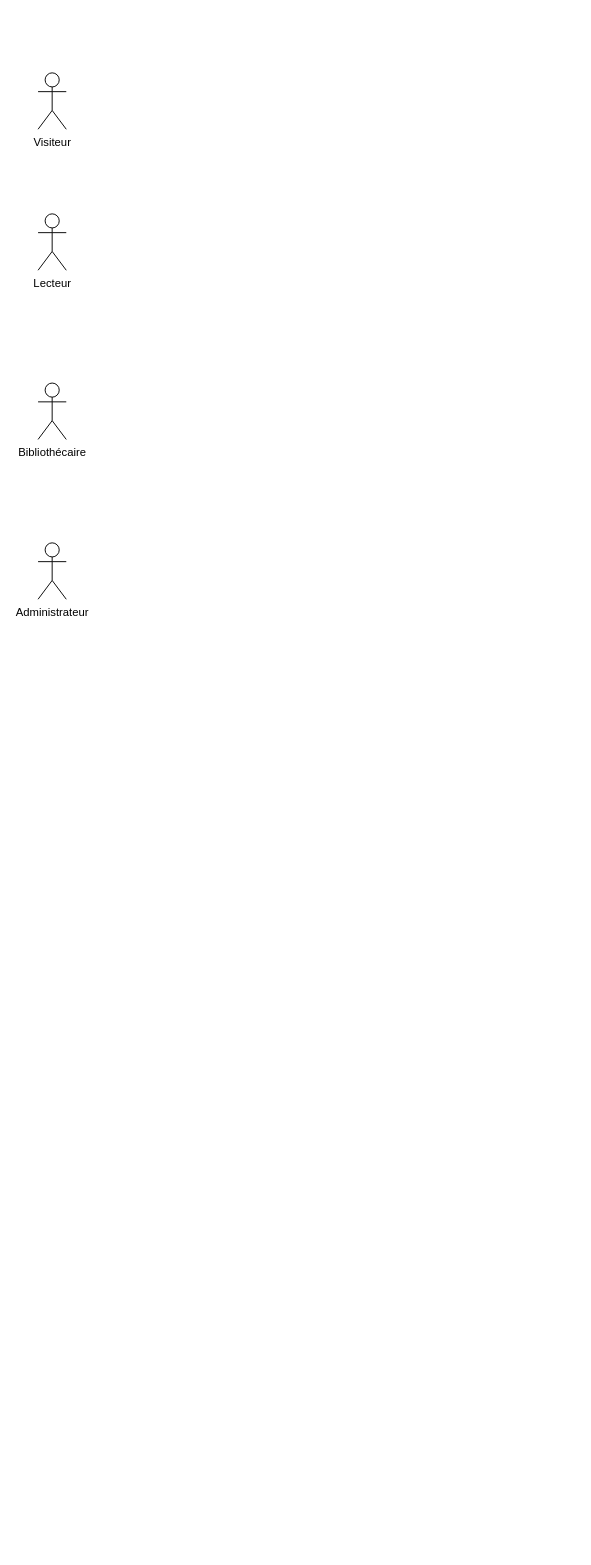
Earlier version of the draw.io diagram DiagrammeCasUtilisation.drawio (YanisP03/bookhub-eni). Source tidied: cells renumbered, new cells numbered last; positions are measured from the earlier drawing's top-left corner, leaving out a move shared by most shapes. Both pictures are drawn from the tidied source at 94%, with x=0, y=0 at pixel (38, 72).
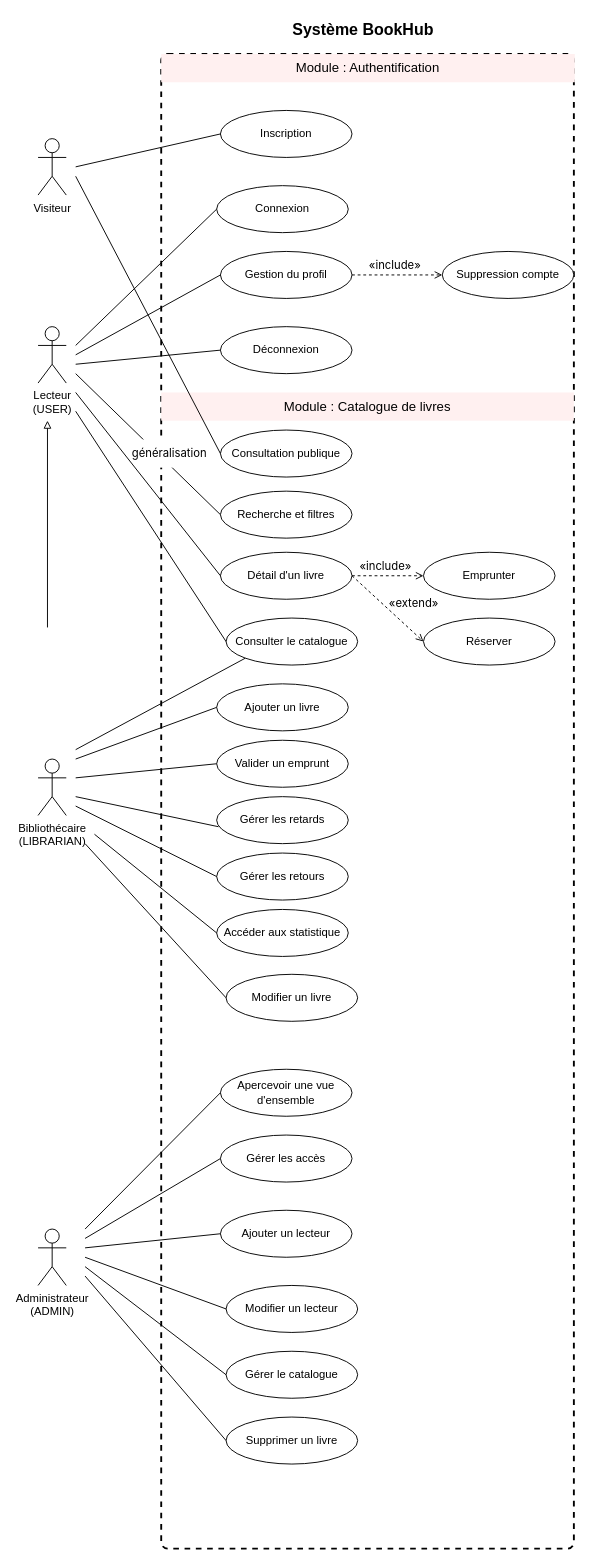
Above is the later version.

Commit message:
Mettre à jour DiagrammeCasUtilisation.drawio

What changed in the source:
```diff
@@
+    <mxCell id="6" style="rounded=1;whiteSpace=wrap;html=1;absoluteArcSize=1;arcSize=14;strokeWidth=2;fillColor=none;dashed=1;" parent="1" vertex="1">
+      <mxGeometry x="131" y="-20" width="439" height="1590" as="geometry" />
+    </mxCell>
     <mxCell id="2" value="Visiteur" style="shape=umlActor;verticalLabelPosition=bottom;verticalAlign=top;html=1;" parent="1" vertex="1">
-      <mxGeometry width="30" height="60" as="geometry" />
+      <mxGeometry y="70" width="30" height="60" as="geometry" />
     </mxCell>
-    <mxCell id="3" value="Lecteur" style="shape=umlActor;verticalLabelPosition=bottom;verticalAlign=top;html=1;" parent="1" vertex="1">
-      <mxGeometry y="150" width="30" height="60" as="geometry" />
+    <mxCell id="3" value="Lecteur&lt;div&gt;(USER)&lt;/div&gt;" style="shape=umlActor;verticalLabelPosition=bottom;verticalAlign=top;html=1;" parent="1" vertex="1">
+      <mxGeometry y="270" width="30" height="60" as="geometry" />
     </mxCell>
-    <mxCell id="4" value="Bibliothécaire" style="shape=umlActor;verticalLabelPosition=bottom;verticalAlign=top;html=1;" parent="1" vertex="1">
-      <mxGeometry y="330" width="30" height="60" as="geometry" />
+    <mxCell id="4" value="Bibliothécaire&lt;div&gt;(LIBRARIAN)&lt;/div&gt;" style="shape=umlActor;verticalLabelPosition=bottom;verticalAlign=top;html=1;" parent="1" vertex="1">
+      <mxGeometry y="730" width="30" height="60" as="geometry" />
     </mxCell>
-    <mxCell id="5" value="Administrateur" style="shape=umlActor;verticalLabelPosition=bottom;verticalAlign=top;html=1;" parent="1" vertex="1">
-      <mxGeometry y="500" width="30" height="60" as="geometry" />
+    <mxCell id="5" value="Administrateur&lt;div&gt;(ADMIN)&lt;/div&gt;" style="shape=umlActor;verticalLabelPosition=bottom;verticalAlign=top;html=1;" parent="1" vertex="1">
+      <mxGeometry y="1230" width="30" height="60" as="geometry" />
     </mxCell>
+    <mxCell id="7" value="Inscription" style="ellipse;whiteSpace=wrap;html=1;" parent="1" vertex="1">
+      <mxGeometry x="194" y="40" width="140" height="50" as="geometry" />
+    </mxCell>
+    <mxCell id="8" value="Consultation publique" style="ellipse;whiteSpace=wrap;html=1;" parent="1" vertex="1">
+      <mxGeometry x="194" y="380" width="140" height="50" as="geometry" />
+    </mxCell>
+    <mxCell id="9" value="Connexion" style="ellipse;whiteSpace=wrap;html=1;" parent="1" vertex="1">
+      <mxGeometry x="190" y="120" width="140" height="50" as="geometry" />
+    </mxCell>
+    <mxCell id="10" value="Gestion du profil" style="ellipse;whiteSpace=wrap;html=1;" parent="1" vertex="1">
+      <mxGeometry x="194" y="190" width="140" height="50" as="geometry" />
+    </mxCell>
+    <mxCell id="11" value="Déconnexion" style="ellipse;whiteSpace=wrap;html=1;" parent="1" vertex="1">
+      <mxGeometry x="194" y="270" width="140" height="50" as="geometry" />
+    </mxCell>
+    <mxCell id="12" value="Suppression compte" style="ellipse;whiteSpace=wrap;html=1;" parent="1" vertex="1">
+      <mxGeometry x="430" y="190" width="140" height="50" as="geometry" />
+    </mxCell>
+    <mxCell id="13" value="Système BookHub" style="text;strokeColor=none;fillColor=none;align=center;verticalAlign=middle;spacingLeft=4;spacingRight=4;overflow=hidden;whiteSpace=wrap;html=1;fontStyle=1;fontSize=17;" parent="1" vertex="1">
+      <mxGeometry x="256" y="-60" width="180" height="30" as="geometry" />
+    </mxCell>
+    <mxCell id="14" value="&lt;span style=&quot;font-weight: 400; text-align: start; white-space: nowrap;&quot;&gt;&lt;font face=&quot;Helvetica&quot; style=&quot;font-size: 14px;&quot;&gt;Module : Authentification&lt;/font&gt;&lt;/span&gt;" style="text;strokeColor=none;fillColor=light-dark(#fff0f0, #ededed);align=center;verticalAlign=middle;spacingLeft=4;spacingRight=4;overflow=hidden;whiteSpace=wrap;html=1;fontStyle=1;fontSize=17;labelBackgroundColor=none;" parent="1" vertex="1">
+      <mxGeometry x="131" y="-20" width="440" height="30" as="geometry" />
+    </mxCell>
+    <mxCell id="15" value="Consulter le catalogue" style="ellipse;whiteSpace=wrap;html=1;" parent="1" vertex="1">
+      <mxGeometry x="200" y="580" width="140" height="50" as="geometry" />
+    </mxCell>
+    <mxCell id="16" value="Détail d'un livre" style="ellipse;whiteSpace=wrap;html=1;" parent="1" vertex="1">
+      <mxGeometry x="194" y="510" width="140" height="50" as="geometry" />
+    </mxCell>
+    <mxCell id="17" value="Emprunter" style="ellipse;whiteSpace=wrap;html=1;" parent="1" vertex="1">
+      <mxGeometry x="410" y="510" width="140" height="50" as="geometry" />
+    </mxCell>
+    <mxCell id="18" value="Réserver" style="ellipse;whiteSpace=wrap;html=1;" parent="1" vertex="1">
+      <mxGeometry x="410" y="580" width="140" height="50" as="geometry" />
+    </mxCell>
+    <mxCell id="19" value="Recherche et filtres" style="ellipse;whiteSpace=wrap;html=1;" parent="1" vertex="1">
+      <mxGeometry x="194" y="445" width="140" height="50" as="geometry" />
+    </mxCell>
+    <mxCell id="20" value="Ajouter un livre" style="ellipse;whiteSpace=wrap;html=1;" parent="1" vertex="1">
+      <mxGeometry x="190" y="650" width="140" height="50" as="geometry" />
+    </mxCell>
+    <mxCell id="21" value="Modifier un livre" style="ellipse;whiteSpace=wrap;html=1;" parent="1" vertex="1">
+      <mxGeometry x="200" y="959" width="140" height="50" as="geometry" />
+    </mxCell>
+    <mxCell id="22" value="Supprimer un livre" style="ellipse;whiteSpace=wrap;html=1;" parent="1" vertex="1">
+      <mxGeometry x="200" y="1430" width="140" height="50" as="geometry" />
+    </mxCell>
+    <mxCell id="23" value="&lt;span style=&quot;font-weight: 400; text-align: start; white-space: nowrap;&quot;&gt;&lt;font face=&quot;Helvetica&quot; style=&quot;font-size: 14px;&quot;&gt;Module : Catalogue de livres&lt;/font&gt;&lt;/span&gt;" style="text;strokeColor=none;fillColor=light-dark(#fff0f0, #ededed);align=center;verticalAlign=middle;spacingLeft=4;spacingRight=4;overflow=hidden;whiteSpace=wrap;html=1;fontStyle=1;fontSize=17;labelBackgroundColor=none;" parent="1" vertex="1">
+      <mxGeometry x="131" y="340" width="439" height="30" as="geometry" />
+    </mxCell>
+    <mxCell id="24" style="endArrow=none;html=1;rounded=0;entryX=0;entryY=0.5;entryDx=0;entryDy=0;" parent="1" edge="1" target="7">
+      <mxGeometry relative="1" as="geometry">
+        <mxPoint x="40" y="100" as="sourcePoint" />
+      </mxGeometry>
+    </mxCell>
+    <mxCell id="25" style="endArrow=none;html=1;rounded=0;entryX=0;entryY=0.5;entryDx=0;entryDy=0;" parent="1" edge="1" target="8">
+      <mxGeometry relative="1" as="geometry">
+        <mxPoint x="40" y="110" as="sourcePoint" />
+      </mxGeometry>
+    </mxCell>
+    <mxCell id="26" style="endArrow=none;html=1;rounded=0;entryX=0;entryY=0.5;entryDx=0;entryDy=0;" parent="1" edge="1" target="9">
+      <mxGeometry relative="1" as="geometry">
+        <mxPoint x="40" y="290" as="sourcePoint" />
+      </mxGeometry>
+    </mxCell>
+    <mxCell id="27" style="endArrow=none;html=1;rounded=0;entryX=0;entryY=0.5;entryDx=0;entryDy=0;" parent="1" edge="1" target="10">
+      <mxGeometry relative="1" as="geometry">
+        <mxPoint x="40" y="300" as="sourcePoint" />
+      </mxGeometry>
+    </mxCell>
+    <mxCell id="28" style="endArrow=none;html=1;rounded=0;entryX=0;entryY=0.5;entryDx=0;entryDy=0;" parent="1" edge="1" target="11">
+      <mxGeometry relative="1" as="geometry">
+        <mxPoint x="40" y="310" as="sourcePoint" />
+      </mxGeometry>
+    </mxCell>
+    <mxCell id="29" style="endArrow=open;html=1;rounded=0;entryX=0;entryY=0.5;entryDx=0;entryDy=0;exitX=1;exitY=0.5;exitDx=0;exitDy=0;dashed=1;endFill=0;" parent="1" edge="1" source="10" target="12">
+      <mxGeometry relative="1" as="geometry" />
+    </mxCell>
+    <mxCell id="30" value="&lt;span style=&quot;font-family: &amp;quot;Anthropic Sans&amp;quot;, -apple-system, BlinkMacSystemFont, &amp;quot;Segoe UI&amp;quot;, sans-serif; text-align: start; white-space: nowrap;&quot;&gt;«include»&lt;/span&gt;" style="text;html=1;whiteSpace=wrap;strokeColor=none;fillColor=none;align=center;verticalAlign=middle;rounded=0;" parent="1" vertex="1">
+      <mxGeometry x="350" y="190" width="60" height="30" as="geometry" />
+    </mxCell>
+    <mxCell id="31" style="endArrow=none;html=1;rounded=0;entryX=0;entryY=0.5;entryDx=0;entryDy=0;" parent="1" edge="1" target="19">
+      <mxGeometry relative="1" as="geometry">
+        <mxPoint x="40" y="320" as="sourcePoint" />
+      </mxGeometry>
+    </mxCell>
+    <mxCell id="32" style="endArrow=none;html=1;rounded=0;entryX=0;entryY=0.5;entryDx=0;entryDy=0;" parent="1" edge="1" target="16">
+      <mxGeometry relative="1" as="geometry">
+        <mxPoint x="40" y="340" as="sourcePoint" />
+      </mxGeometry>
+    </mxCell>
+    <mxCell id="33" style="endArrow=none;html=1;rounded=0;entryX=0;entryY=0.5;entryDx=0;entryDy=0;" parent="1" edge="1" target="15">
+      <mxGeometry relative="1" as="geometry">
+        <mxPoint x="40" y="360" as="sourcePoint" />
+      </mxGeometry>
+    </mxCell>
+    <mxCell id="34" style="endArrow=open;html=1;rounded=0;entryX=0;entryY=0.5;entryDx=0;entryDy=0;exitX=1;exitY=0.5;exitDx=0;exitDy=0;dashed=1;endFill=0;" parent="1" edge="1" source="16" target="17">
+      <mxGeometry relative="1" as="geometry" />
+    </mxCell>
+    <mxCell id="35" style="endArrow=open;html=1;rounded=0;entryX=0;entryY=0.5;entryDx=0;entryDy=0;dashed=1;endFill=0;exitX=1;exitY=0.5;exitDx=0;exitDy=0;" parent="1" edge="1" source="16" target="18">
+      <mxGeometry relative="1" as="geometry" />
+    </mxCell>
+    <mxCell id="36" value="&lt;span style=&quot;font-family: &amp;quot;Anthropic Sans&amp;quot;, -apple-system, BlinkMacSystemFont, &amp;quot;Segoe UI&amp;quot;, sans-serif; text-align: start; white-space: nowrap;&quot;&gt;«include»&lt;/span&gt;" style="text;html=1;whiteSpace=wrap;strokeColor=none;fillColor=none;align=center;verticalAlign=middle;rounded=0;" parent="1" vertex="1">
+      <mxGeometry x="340" y="510" width="60" height="30" as="geometry" />
+    </mxCell>
+    <mxCell id="37" value="&lt;span style=&quot;font-family: &amp;quot;Anthropic Sans&amp;quot;, -apple-system, BlinkMacSystemFont, &amp;quot;Segoe UI&amp;quot;, sans-serif; text-align: start; white-space: nowrap;&quot;&gt;«extend»&lt;/span&gt;" style="text;html=1;whiteSpace=wrap;strokeColor=none;fillColor=none;align=center;verticalAlign=middle;rounded=0;rotation=0;" parent="1" vertex="1">
+      <mxGeometry x="370" y="550" width="60" height="30" as="geometry" />
+    </mxCell>
+    <mxCell id="38" style="endArrow=none;html=1;rounded=0;entryX=0;entryY=1;entryDx=0;entryDy=0;" parent="1" edge="1" target="15">
+      <mxGeometry relative="1" as="geometry">
+        <mxPoint x="40" y="720" as="sourcePoint" />
+      </mxGeometry>
+    </mxCell>
+    <mxCell id="39" style="endArrow=none;html=1;rounded=0;entryX=0;entryY=0.5;entryDx=0;entryDy=0;" parent="1" edge="1" target="20">
+      <mxGeometry relative="1" as="geometry">
+        <mxPoint x="40" y="730" as="sourcePoint" />
+      </mxGeometry>
+    </mxCell>
+    <mxCell id="40" style="endArrow=none;html=1;rounded=0;entryX=0;entryY=0.5;entryDx=0;entryDy=0;" parent="1" edge="1" target="21">
+      <mxGeometry relative="1" as="geometry">
+        <mxPoint x="50" y="820" as="sourcePoint" />
+      </mxGeometry>
+    </mxCell>
+    <mxCell id="41" style="endArrow=block;html=1;rounded=0;endFill=0;" parent="1" edge="1">
+      <mxGeometry relative="1" as="geometry">
+        <mxPoint x="10" y="590" as="sourcePoint" />
+        <mxPoint x="10" y="370" as="targetPoint" />
+      </mxGeometry>
+    </mxCell>
+    <mxCell id="42" style="endArrow=none;html=1;rounded=0;entryX=0;entryY=0.5;entryDx=0;entryDy=0;" parent="1" edge="1" target="22">
+      <mxGeometry relative="1" as="geometry">
+        <mxPoint x="50" y="1280" as="sourcePoint" />
+      </mxGeometry>
+    </mxCell>
+    <mxCell id="43" value="&lt;span style=&quot;font-family: &amp;quot;Anthropic Sans&amp;quot;, -apple-system, BlinkMacSystemFont, &amp;quot;Segoe UI&amp;quot;, sans-serif; text-align: start; white-space: nowrap;&quot;&gt;généralisation&lt;/span&gt;" style="text;html=1;whiteSpace=wrap;align=center;verticalAlign=middle;rounded=0;fillColor=default;" parent="1" vertex="1">
+      <mxGeometry x="110" y="390" width="60" height="30" as="geometry" />
+    </mxCell>
+    <mxCell id="44" value="Valider un emprunt" style="ellipse;whiteSpace=wrap;html=1;" parent="1" vertex="1">
+      <mxGeometry x="190" y="710" width="140" height="50" as="geometry" />
+    </mxCell>
+    <mxCell id="45" value="Gérer les retards" style="ellipse;whiteSpace=wrap;html=1;" parent="1" vertex="1">
+      <mxGeometry x="190" y="770" width="140" height="50" as="geometry" />
+    </mxCell>
+    <mxCell id="46" value="Gérer les retours" style="ellipse;whiteSpace=wrap;html=1;" parent="1" vertex="1">
+      <mxGeometry x="190" y="830" width="140" height="50" as="geometry" />
+    </mxCell>
+    <mxCell id="47" value="Accéder aux statistique" style="ellipse;whiteSpace=wrap;html=1;" parent="1" vertex="1">
+      <mxGeometry x="190" y="890" width="140" height="50" as="geometry" />
+    </mxCell>
+    <mxCell id="48" style="endArrow=none;html=1;rounded=0;entryX=0;entryY=0.5;entryDx=0;entryDy=0;" parent="1" edge="1" target="47">
+      <mxGeometry relative="1" as="geometry">
+        <mxPoint x="60" y="810" as="sourcePoint" />
+      </mxGeometry>
+    </mxCell>
+    <mxCell id="49" style="endArrow=none;html=1;rounded=0;entryX=0;entryY=0.5;entryDx=0;entryDy=0;" parent="1" edge="1" target="46">
+      <mxGeometry relative="1" as="geometry">
+        <mxPoint x="40" y="780" as="sourcePoint" />
+      </mxGeometry>
+    </mxCell>
+    <mxCell id="50" style="endArrow=none;html=1;rounded=0;entryX=0.014;entryY=0.64;entryDx=0;entryDy=0;entryPerimeter=0;" parent="1" edge="1" target="45">
+      <mxGeometry relative="1" as="geometry">
+        <mxPoint x="40" y="770" as="sourcePoint" />
+      </mxGeometry>
+    </mxCell>
+    <mxCell id="51" style="endArrow=none;html=1;rounded=0;entryX=0;entryY=0.5;entryDx=0;entryDy=0;" parent="1" edge="1" target="44">
+      <mxGeometry relative="1" as="geometry">
+        <mxPoint x="40" y="750" as="sourcePoint" />
+      </mxGeometry>
+    </mxCell>
+    <mxCell id="52" value="Apercevoir une vue d'ensemble" style="ellipse;whiteSpace=wrap;html=1;" parent="1" vertex="1">
+      <mxGeometry x="194" y="1060" width="140" height="50" as="geometry" />
+    </mxCell>
+    <mxCell id="53" value="Gérer les accès" style="ellipse;whiteSpace=wrap;html=1;" parent="1" vertex="1">
+      <mxGeometry x="194" y="1130" width="140" height="50" as="geometry" />
+    </mxCell>
+    <mxCell id="54" value="Ajouter un lecteur" style="ellipse;whiteSpace=wrap;html=1;" parent="1" vertex="1">
+      <mxGeometry x="194" y="1210" width="140" height="50" as="geometry" />
+    </mxCell>
+    <mxCell id="55" value="Modifier un lecteur" style="ellipse;whiteSpace=wrap;html=1;" parent="1" vertex="1">
+      <mxGeometry x="200" y="1290" width="140" height="50" as="geometry" />
+    </mxCell>
+    <mxCell id="56" value="Gérer le catalogue" style="ellipse;whiteSpace=wrap;html=1;" parent="1" vertex="1">
+      <mxGeometry x="200" y="1360" width="140" height="50" as="geometry" />
+    </mxCell>
+    <mxCell id="57" style="endArrow=none;html=1;rounded=0;entryX=0;entryY=0.5;entryDx=0;entryDy=0;" parent="1" edge="1" target="56">
+      <mxGeometry relative="1" as="geometry">
+        <mxPoint x="50" y="1270" as="sourcePoint" />
+      </mxGeometry>
+    </mxCell>
+    <mxCell id="58" style="endArrow=none;html=1;rounded=0;entryX=0;entryY=0.5;entryDx=0;entryDy=0;" parent="1" edge="1" target="55">
+      <mxGeometry relative="1" as="geometry">
+        <mxPoint x="50" y="1260" as="sourcePoint" />
+      </mxGeometry>
+    </mxCell>
+    <mxCell id="59" style="endArrow=none;html=1;rounded=0;entryX=0;entryY=0.5;entryDx=0;entryDy=0;" parent="1" edge="1" target="54">
+      <mxGeometry relative="1" as="geometry">
+        <mxPoint x="50" y="1250" as="sourcePoint" />
+      </mxGeometry>
+    </mxCell>
+    <mxCell id="60" style="endArrow=none;html=1;rounded=0;entryX=0;entryY=0.5;entryDx=0;entryDy=0;" parent="1" edge="1" target="53">
+      <mxGeometry relative="1" as="geometry">
+        <mxPoint x="50" y="1240" as="sourcePoint" />
+      </mxGeometry>
+    </mxCell>
+    <mxCell id="61" style="endArrow=none;html=1;rounded=0;entryX=0;entryY=0.5;entryDx=0;entryDy=0;" parent="1" edge="1" target="52">
+      <mxGeometry relative="1" as="geometry">
+        <mxPoint x="50" y="1230" as="sourcePoint" />
+      </mxGeometry>
+    </mxCell>
```
